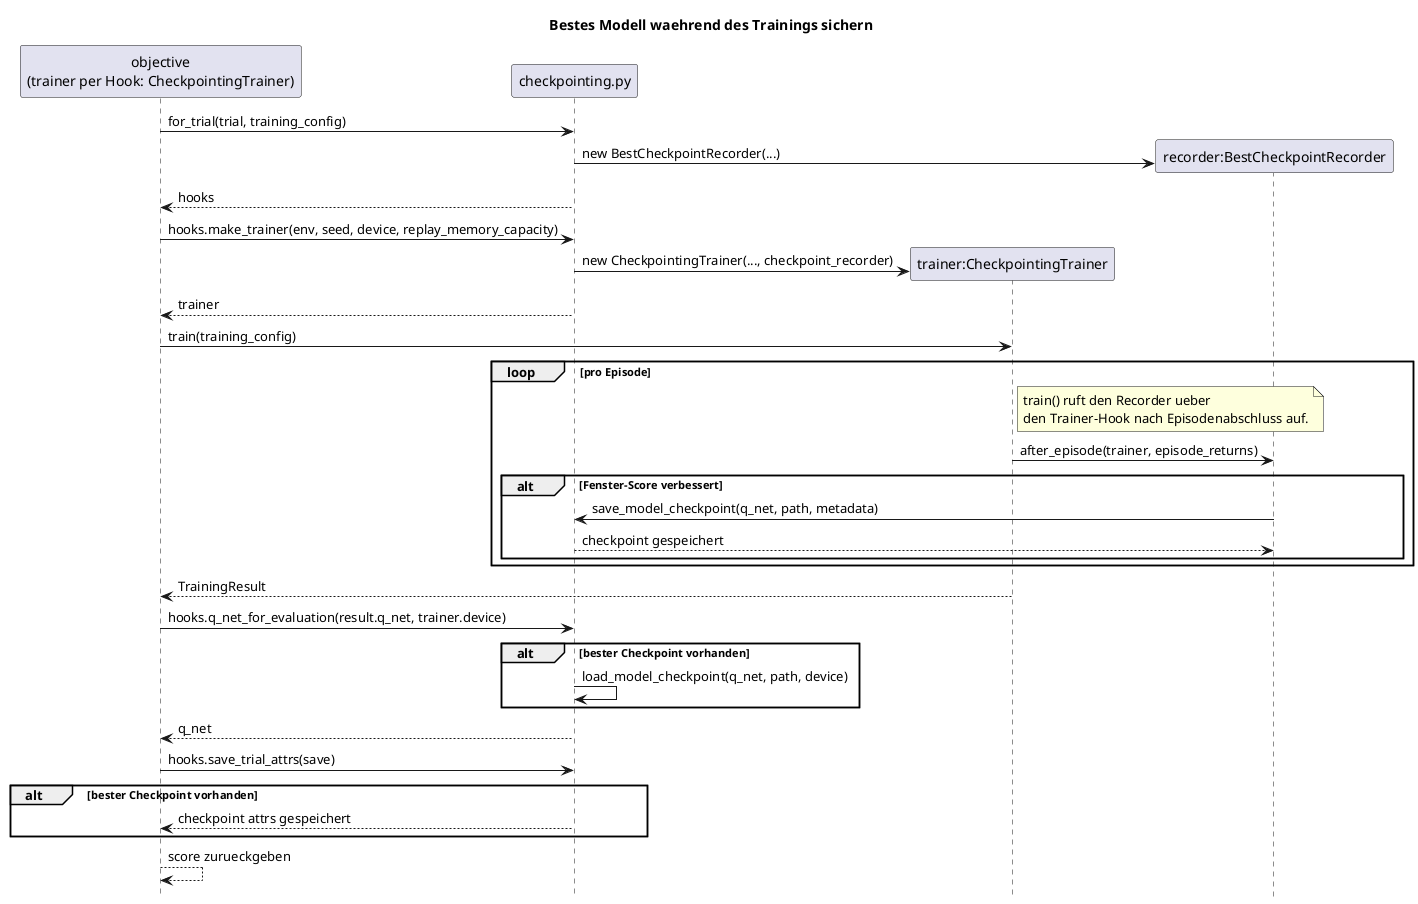
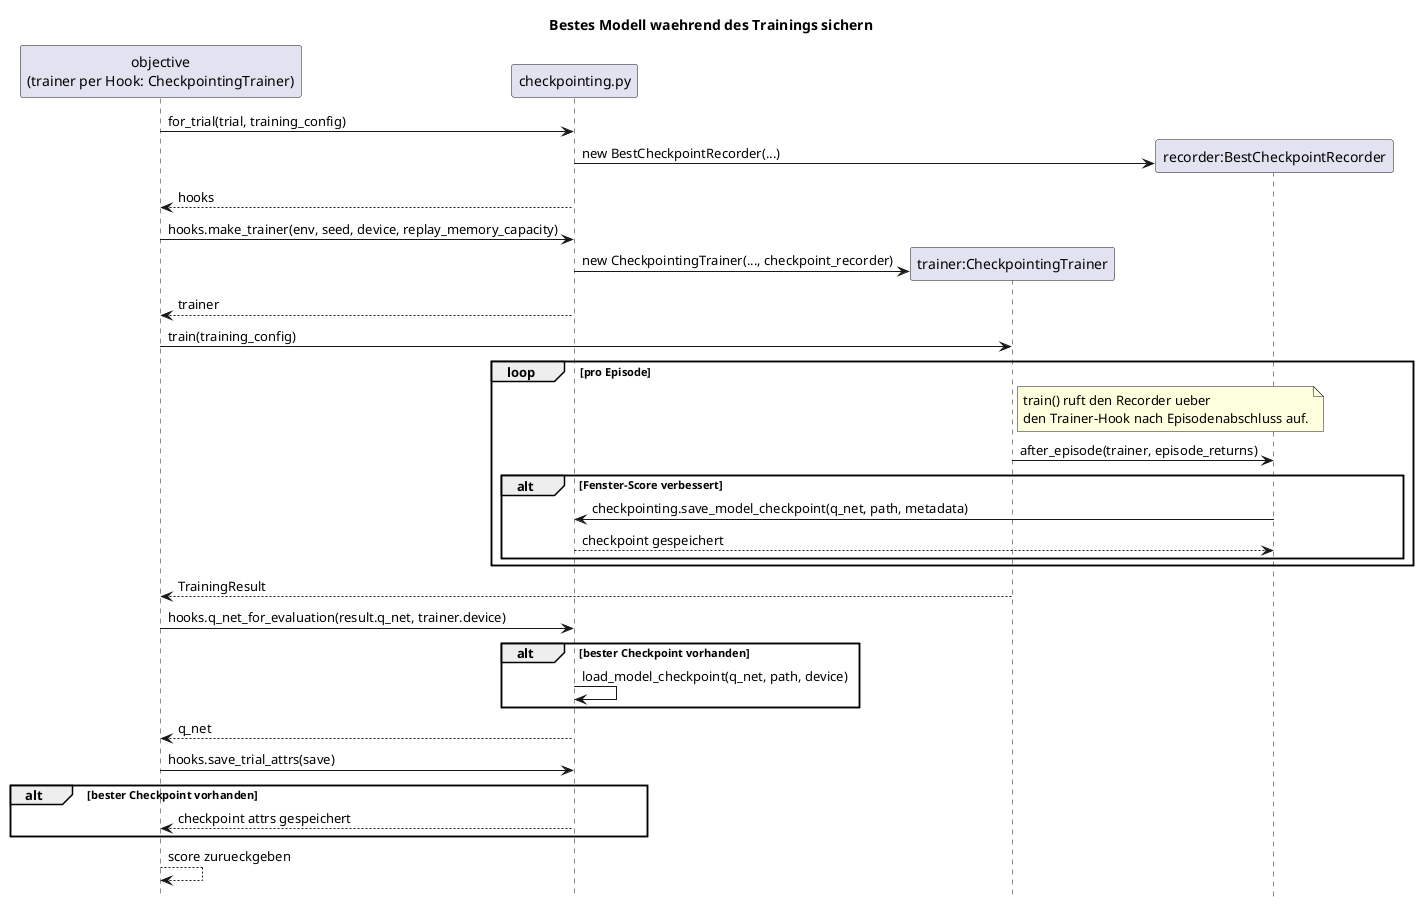
@startuml
title Bestes Modell waehrend des Trainings sichern

hide footbox

participant "objective\n(trainer per Hook: CheckpointingTrainer)" as Objective
participant "checkpointing.py" as Checkpointing
participant "trainer:CheckpointingTrainer" as Trainer
participant "recorder:BestCheckpointRecorder" as Recorder

Objective -> Checkpointing: for_trial(trial, training_config)
create Recorder
Checkpointing -> Recorder: new BestCheckpointRecorder(...)
Checkpointing --> Objective: hooks

Objective -> Checkpointing: hooks.make_trainer(env, seed, device, replay_memory_capacity)
create Trainer
Checkpointing -> Trainer: new CheckpointingTrainer(..., checkpoint_recorder)
Checkpointing --> Objective: trainer

Objective -> Trainer: train(training_config)

loop pro Episode
    note right of Trainer
        train() ruft den Recorder ueber
        den Trainer-Hook nach Episodenabschluss auf.
    end note
    Trainer -> Recorder: after_episode(trainer, episode_returns)
    alt Fenster-Score verbessert
-         Recorder -> Checkpointing: save_model_checkpoint(q_net, path, metadata)
+         Recorder -> Checkpointing: checkpointing.save_model_checkpoint(q_net, path, metadata)
        Checkpointing --> Recorder: checkpoint gespeichert
    end
end

Trainer --> Objective: TrainingResult

Objective -> Checkpointing: hooks.q_net_for_evaluation(result.q_net, trainer.device)
alt bester Checkpoint vorhanden
    Checkpointing -> Checkpointing: load_model_checkpoint(q_net, path, device)
end
Checkpointing --> Objective: q_net

Objective -> Checkpointing: hooks.save_trial_attrs(save)
alt bester Checkpoint vorhanden
    Checkpointing --> Objective: checkpoint attrs gespeichert
end

Objective --> Objective: score zurueckgeben

@enduml
